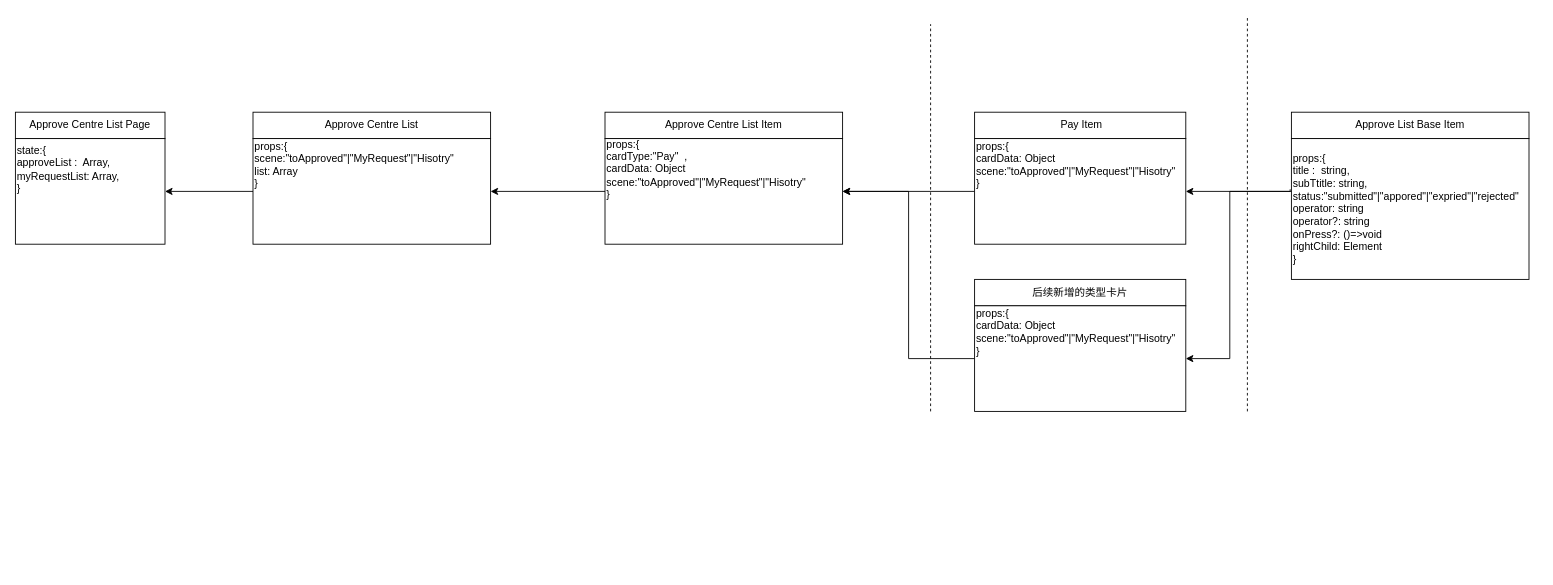
RexYao97/sfrex keeps this draw.io diagram as page "第 4 页" (4 of 5) of approveCentre.drawio. Above is the earlier version. Source tidied: cells renumbered, new cells numbered last; positions are measured from the earlier drawing's top-left corner, leaving out a move shared by most shapes. Both pictures are drawn from the tidied source at 88%, with x=0, y=0 at pixel (15, 15).
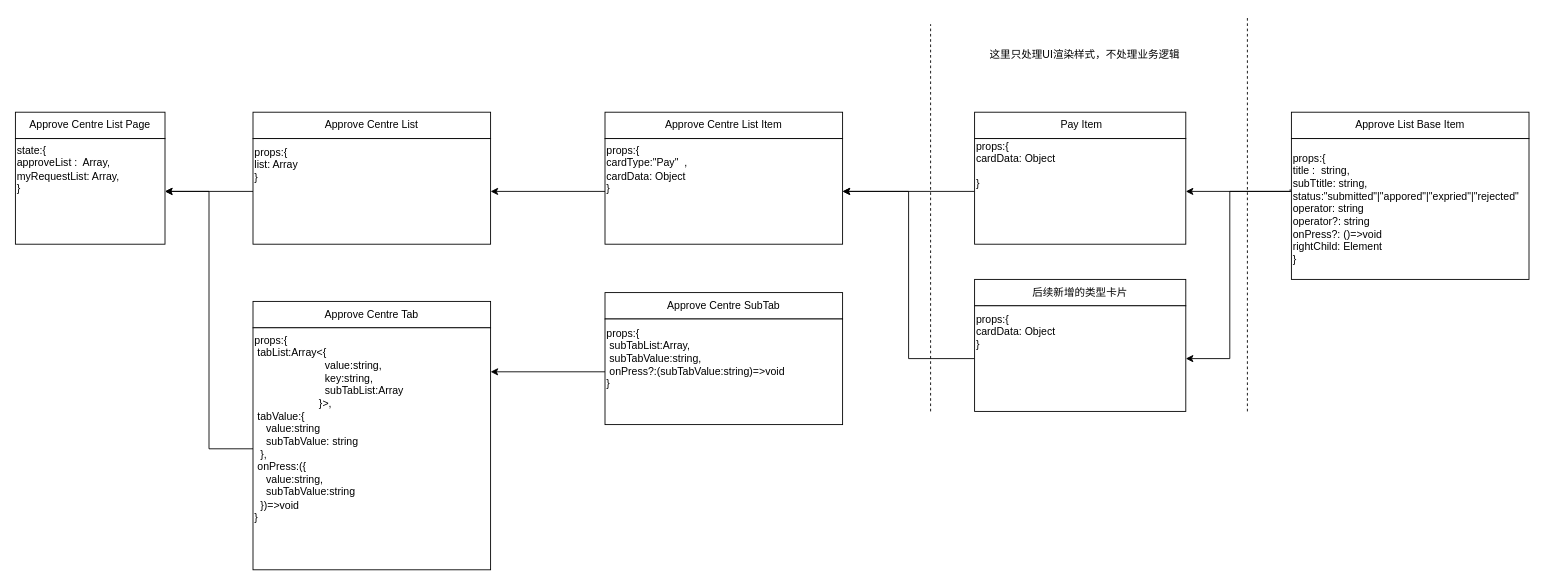
The same page after the edit.

Unchanged cells that the change refers to:
```xml
<mxCell id="3" style="rounded=0;whiteSpace=wrap;html=1;" parent="1" vertex="1">
  <mxGeometry y="140" width="170" height="120" as="geometry" />
</mxCell>
```

Diff of the diagram source:
```diff
@@
-    <mxCell id="19" value="props:{&lt;br&gt;scene:&quot;toApproved&quot;|&quot;MyRequest&quot;|&quot;Hisotry&quot;&lt;br&gt;list: Array&lt;br&gt;}" style="text;html=1;align=left;verticalAlign=middle;strokeColor=none;fillColor=none;" parent="1" vertex="1">
-      <mxGeometry x="270" y="135" width="250" height="70" as="geometry" />
+    <mxCell id="19" value="props:{&lt;br&gt;list: Array&lt;br&gt;}" style="text;html=1;align=left;verticalAlign=middle;strokeColor=none;fillColor=none;" parent="1" vertex="1">
+      <mxGeometry x="270" y="140" width="70" height="60" as="geometry" />
     </mxCell>
-    <mxCell id="20" value="props:{&lt;br&gt;cardType:&quot;Pay&quot;&amp;nbsp; ,&lt;br&gt;cardData: Object&lt;br&gt;scene:&quot;toApproved&quot;|&quot;MyRequest&quot;|&quot;Hisotry&quot;&lt;br&gt;}" style="text;html=1;align=left;verticalAlign=middle;strokeColor=none;fillColor=none;" parent="1" vertex="1">
-      <mxGeometry x="670" y="130" width="250" height="90" as="geometry" />
+    <mxCell id="20" value="props:{&lt;br&gt;cardType:&quot;Pay&quot;&amp;nbsp; ,&lt;br&gt;cardData: Object&lt;br&gt;}" style="text;html=1;align=left;verticalAlign=middle;strokeColor=none;fillColor=none;" parent="1" vertex="1">
+      <mxGeometry x="670" y="140" width="120" height="70" as="geometry" />
     </mxCell>
-    <mxCell id="21" value="props:{&lt;br&gt;cardData: Object&lt;br&gt;scene:&quot;toApproved&quot;|&quot;MyRequest&quot;|&quot;Hisotry&quot;&lt;br&gt;}" style="text;html=1;align=left;verticalAlign=middle;strokeColor=none;fillColor=none;" parent="1" vertex="1">
-      <mxGeometry x="1090" y="135" width="250" height="70" as="geometry" />
+    <mxCell id="21" value="props:{&lt;br&gt;cardData: Object&lt;br&gt;&lt;br&gt;}" style="text;html=1;align=left;verticalAlign=middle;strokeColor=none;fillColor=none;" parent="1" vertex="1">
+      <mxGeometry x="1090" y="135" width="110" height="70" as="geometry" />
     </mxCell>
@@
-    <mxCell id="27" value="props:{&lt;br style=&quot;border-color: var(--border-color);&quot;&gt;cardData: Object&lt;br style=&quot;border-color: var(--border-color);&quot;&gt;scene:&quot;toApproved&quot;|&quot;MyRequest&quot;|&quot;Hisotry&quot;&lt;br style=&quot;border-color: var(--border-color);&quot;&gt;}" style="text;html=1;align=left;verticalAlign=middle;strokeColor=none;fillColor=none;" parent="1" vertex="1">
-      <mxGeometry x="1090" y="325" width="250" height="70" as="geometry" />
+    <mxCell id="27" value="props:{&lt;br style=&quot;border-color: var(--border-color);&quot;&gt;cardData: Object&lt;br style=&quot;border-color: var(--border-color);&quot;&gt;}" style="text;html=1;align=left;verticalAlign=middle;strokeColor=none;fillColor=none;" parent="1" vertex="1">
+      <mxGeometry x="1090" y="330" width="110" height="60" as="geometry" />
     </mxCell>
+    <mxCell id="28" value="Approve Centre Tab" style="rounded=0;whiteSpace=wrap;html=1;" parent="1" vertex="1">
+      <mxGeometry x="270" y="325" width="270" height="30" as="geometry" />
+    </mxCell>
+    <mxCell id="29" style="edgeStyle=orthogonalEdgeStyle;rounded=0;jettySize=auto;html=1;entryX=1;entryY=0.5;entryDx=0;entryDy=0;" parent="1" edge="1" source="30" target="3">
+      <mxGeometry relative="1" as="geometry" />
+    </mxCell>
+    <mxCell id="30" style="rounded=0;whiteSpace=wrap;html=1;" parent="1" vertex="1">
+      <mxGeometry x="270" y="355" width="270" height="275" as="geometry" />
+    </mxCell>
+    <mxCell id="31" value="props:{&lt;br&gt;&amp;nbsp;tabList:Array&amp;lt;{&lt;br&gt;&amp;nbsp; &amp;nbsp; &amp;nbsp; &amp;nbsp; &amp;nbsp; &amp;nbsp; &amp;nbsp; &amp;nbsp; &amp;nbsp; &amp;nbsp; &amp;nbsp; &amp;nbsp; value:string, &lt;br&gt;&amp;nbsp; &amp;nbsp; &amp;nbsp; &amp;nbsp; &amp;nbsp; &amp;nbsp; &amp;nbsp; &amp;nbsp; &amp;nbsp; &amp;nbsp; &amp;nbsp; &amp;nbsp; key:string,&lt;br&gt;&amp;nbsp; &amp;nbsp; &amp;nbsp; &amp;nbsp; &amp;nbsp; &amp;nbsp; &amp;nbsp; &amp;nbsp; &amp;nbsp; &amp;nbsp; &amp;nbsp; &amp;nbsp; subTabList:Array&lt;br&gt;&amp;nbsp; &amp;nbsp; &amp;nbsp; &amp;nbsp; &amp;nbsp; &amp;nbsp; &amp;nbsp; &amp;nbsp; &amp;nbsp; &amp;nbsp; &amp;nbsp; }&amp;gt;,&lt;br&gt;&amp;nbsp;tabValue:{&lt;br&gt;&amp;nbsp; &amp;nbsp; value:string&lt;br&gt;&amp;nbsp; &amp;nbsp; subTabValue: string&lt;br&gt;&amp;nbsp; },&lt;br&gt;&amp;nbsp;onPress:({&lt;br&gt;&amp;nbsp; &amp;nbsp; value:string,&lt;br&gt;&amp;nbsp; &amp;nbsp; subTabValue:string&lt;br&gt;&amp;nbsp; })=&amp;gt;void&lt;br&gt;}" style="text;html=1;align=left;verticalAlign=middle;strokeColor=none;fillColor=none;" parent="1" vertex="1">
+      <mxGeometry x="270" y="355" width="190" height="230" as="geometry" />
+    </mxCell>
+    <mxCell id="32" value="Approve Centre SubTab" style="rounded=0;whiteSpace=wrap;html=1;" parent="1" vertex="1">
+      <mxGeometry x="670" y="315" width="270" height="30" as="geometry" />
+    </mxCell>
+    <mxCell id="33" style="edgeStyle=orthogonalEdgeStyle;rounded=0;jettySize=auto;html=1;" parent="1" edge="1" source="34" target="30">
+      <mxGeometry relative="1" as="geometry">
+        <Array as="points">
+          <mxPoint x="570" y="405" />
+          <mxPoint x="570" y="405" />
+        </Array>
+      </mxGeometry>
+    </mxCell>
+    <mxCell id="34" style="rounded=0;whiteSpace=wrap;html=1;" parent="1" vertex="1">
+      <mxGeometry x="670" y="345" width="270" height="120" as="geometry" />
+    </mxCell>
+    <mxCell id="35" value="props:{&lt;br&gt;&amp;nbsp;subTabList:Array,&lt;br&gt;&amp;nbsp;subTabValue:string,&lt;br&gt;&amp;nbsp;onPress?:(subTabValue:string)=&amp;gt;void&lt;br&gt;}" style="text;html=1;align=left;verticalAlign=middle;strokeColor=none;fillColor=none;" parent="1" vertex="1">
+      <mxGeometry x="670" y="345" width="230" height="90" as="geometry" />
+    </mxCell>
+    <mxCell id="36" value="这里只处理UI渲染样式，不处理业务逻辑" style="text;html=1;align=center;verticalAlign=middle;strokeColor=none;fillColor=none;" parent="1" vertex="1">
+      <mxGeometry x="1095" y="30" width="240" height="30" as="geometry" />
+    </mxCell>
```
